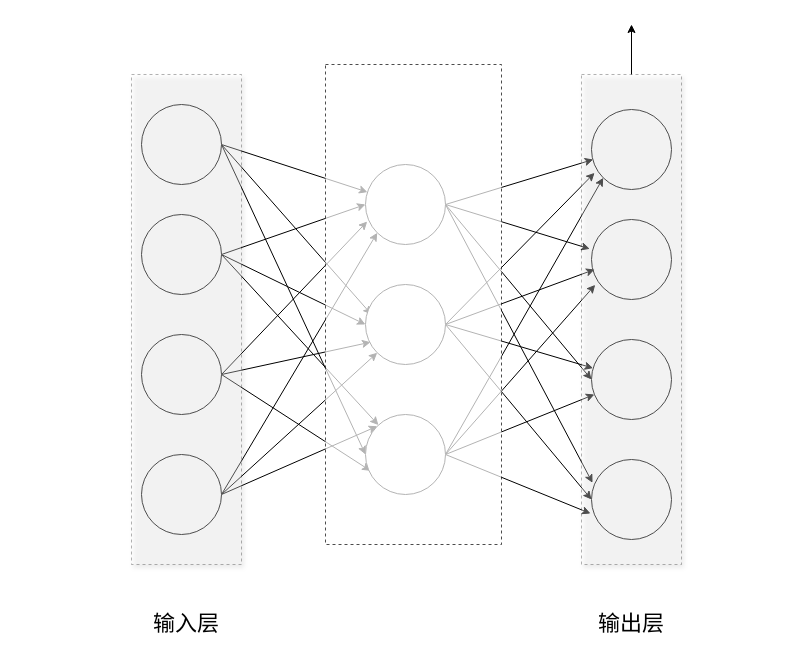
This is Untitled Diagram.drawio from zjunw/Conditional-GAN, a draw.io file, before an edit. Source tidied: cells renumbered, new cells numbered last; positions are measured from the earlier drawing's top-left corner, leaving out a move shared by most shapes. Both pictures are drawn from the tidied source at 100%, with x=0, y=0 at pixel (131, 24).
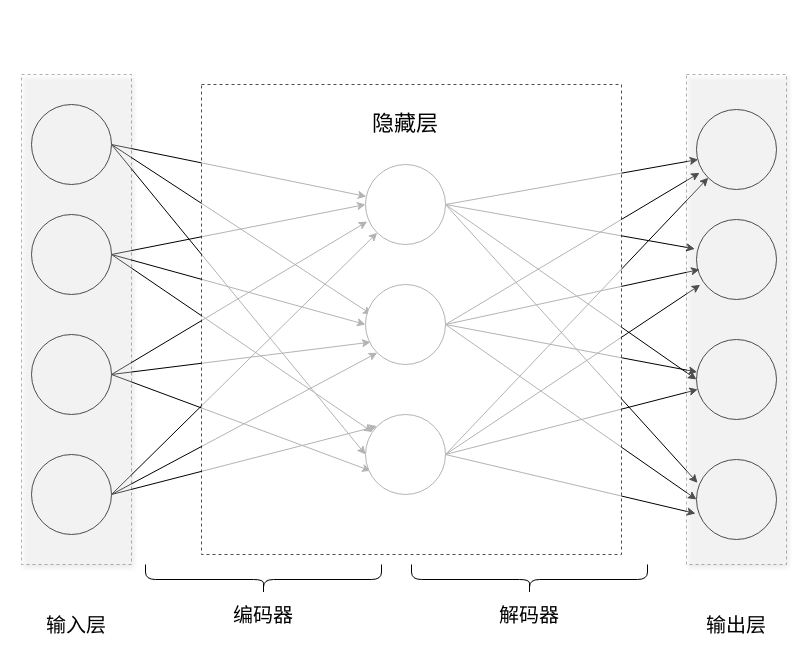
The same page after the edit.

Change to the diagram source:
```diff
@@
     <mxCell id="5" style="ellipse;whiteSpace=wrap;html=1;" parent="1" vertex="1">
-      <mxGeometry x="10" y="80" width="80" height="80" as="geometry" />
+      <mxGeometry x="-100" y="80" width="80" height="80" as="geometry" />
     </mxCell>
@@
     <mxCell id="9" style="ellipse;whiteSpace=wrap;html=1;" parent="1" vertex="1">
-      <mxGeometry x="10" y="190" width="80" height="80" as="geometry" />
+      <mxGeometry x="-100" y="190" width="80" height="80" as="geometry" />
     </mxCell>
@@
     <mxCell id="13" style="ellipse;whiteSpace=wrap;html=1;" parent="1" vertex="1">
-      <mxGeometry x="10" y="310" width="80" height="80" as="geometry" />
+      <mxGeometry x="-100" y="310" width="80" height="80" as="geometry" />
     </mxCell>
@@
     <mxCell id="17" style="ellipse;whiteSpace=wrap;html=1;" parent="1" vertex="1">
-      <mxGeometry x="10" y="430" width="80" height="80" as="geometry" />
+      <mxGeometry x="-100" y="430" width="80" height="80" as="geometry" />
     </mxCell>
     <mxCell id="18" style="ellipse;whiteSpace=wrap;html=1;" parent="1" vertex="1">
-      <mxGeometry x="460" y="85" width="80" height="80" as="geometry" />
+      <mxGeometry x="565" y="85" width="80" height="80" as="geometry" />
     </mxCell>
     <mxCell id="19" style="ellipse;whiteSpace=wrap;html=1;" parent="1" vertex="1">
-      <mxGeometry x="460" y="195" width="80" height="80" as="geometry" />
+      <mxGeometry x="565" y="195" width="80" height="80" as="geometry" />
     </mxCell>
     <mxCell id="20" style="ellipse;whiteSpace=wrap;html=1;" parent="1" vertex="1">
-      <mxGeometry x="460" y="315" width="80" height="80" as="geometry" />
+      <mxGeometry x="565" y="315" width="80" height="80" as="geometry" />
     </mxCell>
     <mxCell id="21" style="ellipse;whiteSpace=wrap;html=1;" parent="1" vertex="1">
-      <mxGeometry x="460" y="435" width="80" height="80" as="geometry" />
+      <mxGeometry x="565" y="435" width="80" height="80" as="geometry" />
     </mxCell>
@@
     <mxCell id="37" style="rounded=0;whiteSpace=wrap;html=1;opacity=30;dashed=1;shadow=1;" parent="1" vertex="1">
-      <mxGeometry y="50" width="110" height="490" as="geometry" />
+      <mxGeometry x="-110" y="50" width="110" height="490" as="geometry" />
     </mxCell>
-    <mxCell id="38" style="edgeStyle=none;rounded=0;jettySize=auto;html=1;" parent="1" edge="1" source="39">
-      <mxGeometry relative="1" as="geometry">
-        <mxPoint x="500" as="targetPoint" />
-      </mxGeometry>
-    </mxCell>
     <mxCell id="39" style="rounded=0;whiteSpace=wrap;html=1;opacity=30;shadow=1;glass=0;sketch=0;dashed=1;" parent="1" vertex="1">
-      <mxGeometry x="450" y="50" width="100" height="490" as="geometry" />
+      <mxGeometry x="555" y="50" width="100" height="490" as="geometry" />
     </mxCell>
@@
-    <mxCell id="42" value="&lt;font style=&quot;font-size: 22px;&quot;&gt;输入层&lt;/font&gt;" style="rounded=0;whiteSpace=wrap;html=1;shadow=0;glass=0;dashed=1;sketch=0;opacity=0;" parent="1" vertex="1">
-      <mxGeometry y="570" width="110" height="60" as="geometry" />
+    <mxCell id="42" value="&lt;font style=&quot;font-size: 20px;&quot;&gt;输入层&lt;/font&gt;" style="rounded=0;whiteSpace=wrap;html=1;shadow=0;glass=0;dashed=1;sketch=0;opacity=0;" parent="1" vertex="1">
+      <mxGeometry x="-110" y="570" width="110" height="60" as="geometry" />
     </mxCell>
-    <mxCell id="43" value="&lt;span style=&quot;font-size: 22px;&quot;&gt;输出层&lt;/span&gt;" style="rounded=0;whiteSpace=wrap;html=1;shadow=0;glass=0;dashed=1;sketch=0;opacity=0;" parent="1" vertex="1">
-      <mxGeometry x="445" y="570" width="110" height="60" as="geometry" />
+    <mxCell id="43" value="&lt;span style=&quot;&quot;&gt;&lt;font style=&quot;font-size: 20px;&quot;&gt;输出层&lt;/font&gt;&lt;/span&gt;" style="rounded=0;whiteSpace=wrap;html=1;shadow=0;glass=0;dashed=1;sketch=0;opacity=0;" parent="1" vertex="1">
+      <mxGeometry x="550" y="570" width="110" height="60" as="geometry" />
     </mxCell>
@@
     <mxCell id="45" style="rounded=0;whiteSpace=wrap;html=1;shadow=0;glass=0;dashed=1;sketch=0;fontSize=22;opacity=70;" parent="1" vertex="1">
-      <mxGeometry x="194" y="40" width="176" height="480" as="geometry" />
+      <mxGeometry x="70" y="60" width="420" height="470" as="geometry" />
     </mxCell>
+    <mxCell id="46" value="隐藏层" style="rounded=0;whiteSpace=wrap;html=1;shadow=0;glass=0;dashed=1;sketch=0;fontSize=22;opacity=0;" parent="1" vertex="1">
+      <mxGeometry x="214" y="70" width="120" height="60" as="geometry" />
+    </mxCell>
+    <mxCell id="47" style="shape=curlyBracket;whiteSpace=wrap;html=1;rounded=1;flipH=1;shadow=0;glass=0;sketch=0;fontSize=22;direction=north;" parent="1" vertex="1">
+      <mxGeometry x="14" y="540" width="236" height="30" as="geometry" />
+    </mxCell>
+    <mxCell id="48" style="shape=curlyBracket;whiteSpace=wrap;html=1;rounded=1;flipH=1;shadow=0;glass=0;sketch=0;fontSize=22;direction=north;" parent="1" vertex="1">
+      <mxGeometry x="280" y="540" width="236" height="30" as="geometry" />
+    </mxCell>
+    <mxCell id="49" value="&lt;font style=&quot;font-size: 20px;&quot;&gt;编码器&lt;/font&gt;" style="rounded=0;whiteSpace=wrap;html=1;shadow=0;glass=0;dashed=1;sketch=0;opacity=0;" parent="1" vertex="1">
+      <mxGeometry x="77" y="560" width="110" height="60" as="geometry" />
+    </mxCell>
+    <mxCell id="50" value="&lt;pre&gt;&lt;font face=&quot;Tahoma&quot; style=&quot;font-size: 20px;&quot;&gt;解码器&lt;/font&gt;&lt;/pre&gt;" style="rounded=0;whiteSpace=wrap;html=1;shadow=0;glass=0;dashed=1;sketch=0;opacity=0;fontSize=14;" parent="1" vertex="1">
+      <mxGeometry x="343" y="560" width="110" height="60" as="geometry" />
+    </mxCell>
```
